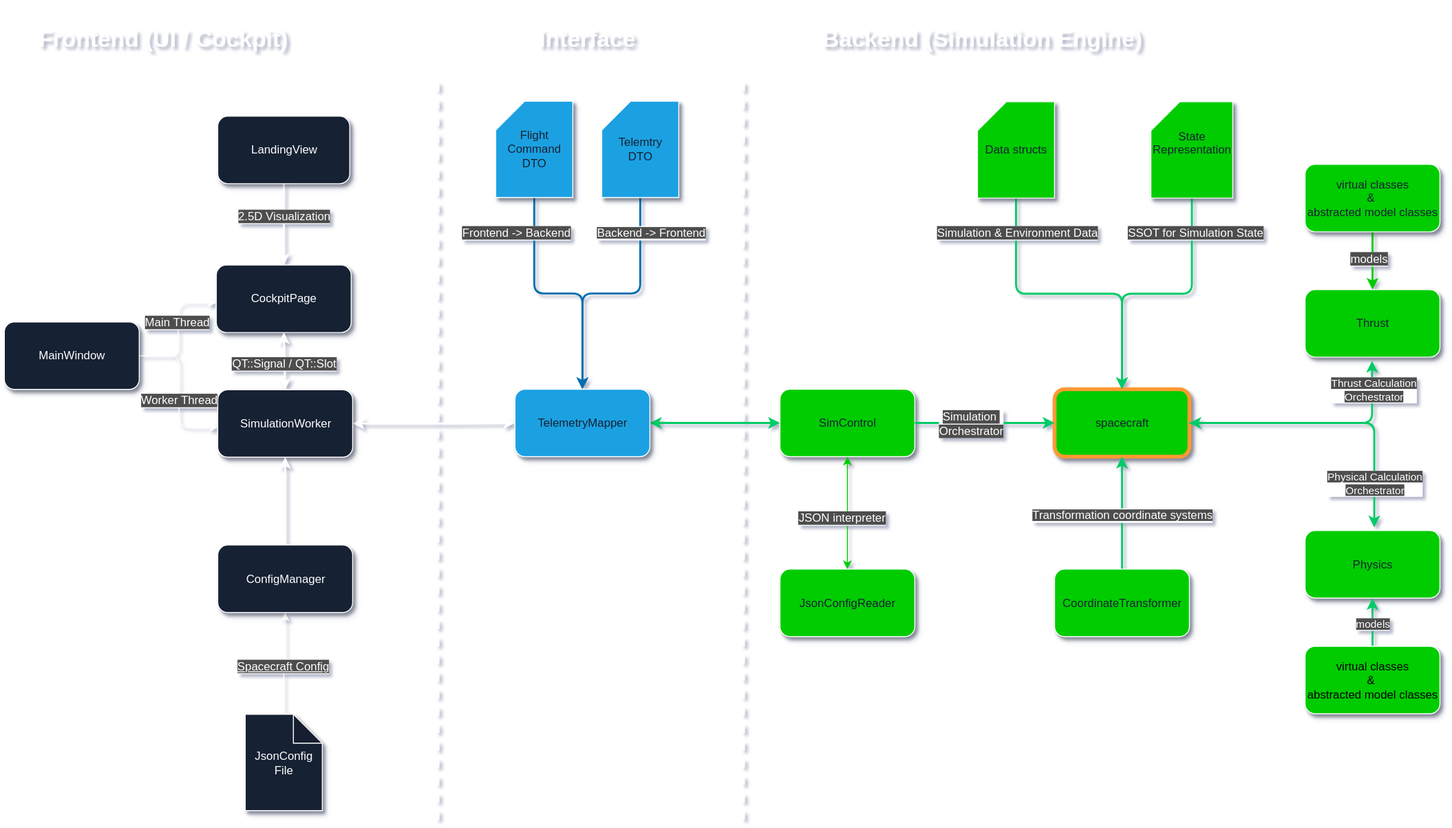
Before: static/img/architecture/OverviewStructureNEW.drawio.svg, a diagram exported from draw.io (gerd-lrt-dev/aerospace-simulation). Source tidied: cells renumbered, new cells last; positions are measured from the earlier drawing's top-left corner, leaving out a move shared by most shapes.
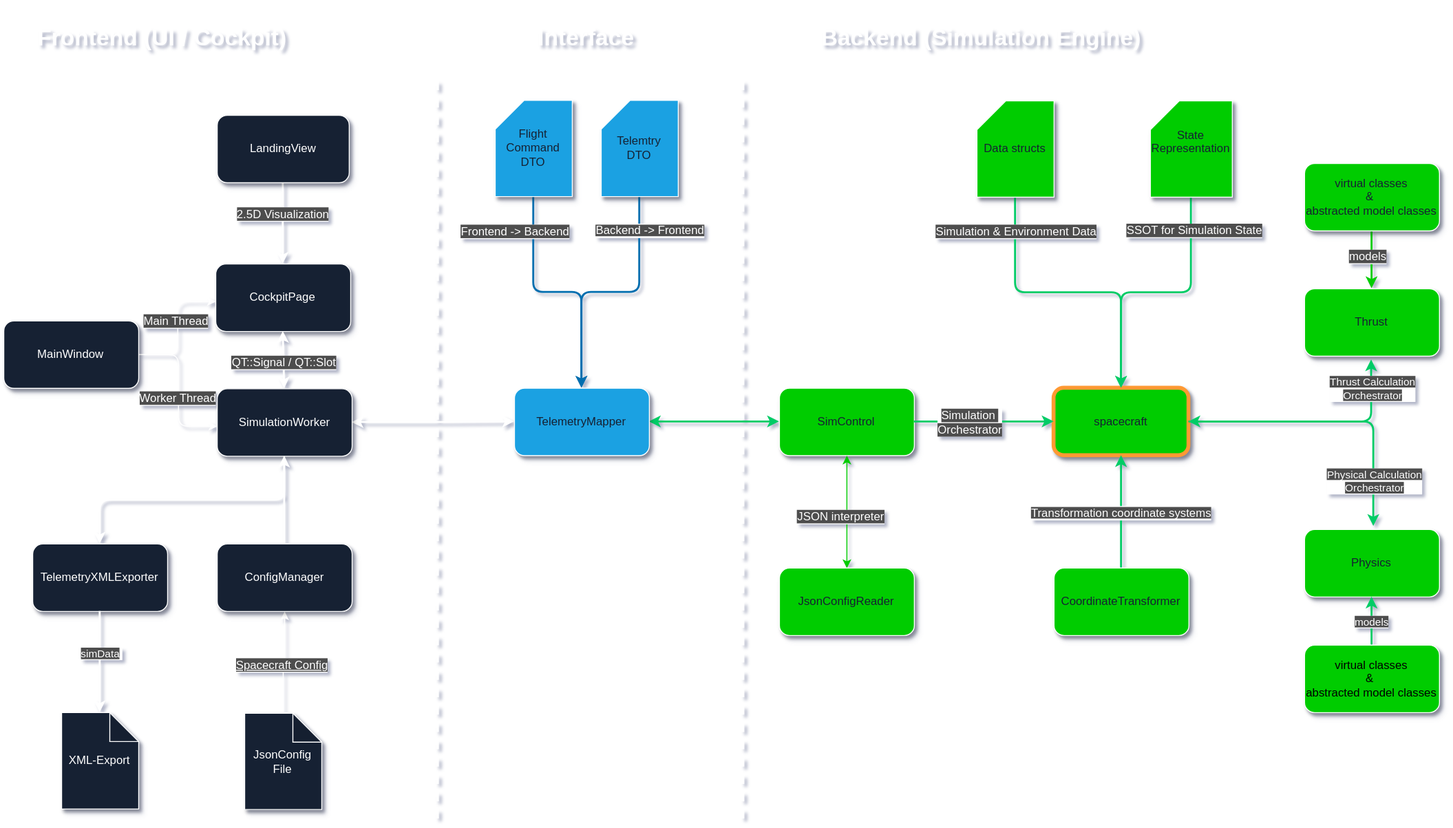
The same file after the commit.

Commit message:
Add adapted overview and frontend architecture svg

Diff of the diagram source:
```diff
@@ -5,6 +5,9 @@
     <mxCell id="2" style="edgeStyle=orthogonalEdgeStyle;rounded=1;jettySize=auto;html=1;exitX=1;exitY=0.5;exitDx=0;exitDy=0;entryX=0;entryY=0.5;entryDx=0;entryDy=0;strokeColor=#FFFFFF;strokeWidth=2;align=center;verticalAlign=middle;fontFamily=Helvetica;fontSize=11;fontColor=default;labelBackgroundColor=default;endArrow=classic;curved=0;startArrow=classic;startFill=1;" parent="1" edge="1" source="3" target="55">
       <mxGeometry relative="1" as="geometry" />
     </mxCell>
+    <mxCell id="65" style="edgeStyle=orthogonalEdgeStyle;rounded=1;jettySize=auto;html=1;exitX=0.5;exitY=1;exitDx=0;exitDy=0;entryX=0.5;entryY=0;entryDx=0;entryDy=0;strokeColor=#FFFFFF;strokeWidth=2;align=center;verticalAlign=middle;fontFamily=Helvetica;fontSize=11;fontColor=default;labelBackgroundColor=default;endArrow=classic;curved=0;" parent="1" edge="1" source="3" target="66">
+      <mxGeometry relative="1" as="geometry" />
+    </mxCell>
     <mxCell id="3" value="&lt;font style=&quot;color: rgb(255, 255, 255);&quot;&gt;SimulationWorker&lt;/font&gt;" style="rounded=1;whiteSpace=wrap;html=1;strokeColor=#FFFFFF;fillColor=#162133;shadow=1;" parent="1" vertex="1">
       <mxGeometry x="221.5" y="403.9" width="140" height="70" as="geometry" />
     </mxCell>
@@ -219,5 +222,17 @@
     <mxCell id="64" value="&lt;h1&gt;&lt;b&gt;&lt;font style=&quot;color: rgb(255, 255, 255);&quot;&gt;Interface&lt;/font&gt;&lt;/b&gt;&lt;/h1&gt;" style="text;html=1;align=center;verticalAlign=middle;whiteSpace=wrap;rounded=0;fillColor=none;" parent="1" vertex="1">
       <mxGeometry x="450" width="310" height="80" as="geometry" />
     </mxCell>
+    <mxCell id="66" value="&lt;font style=&quot;color: rgb(255, 255, 255);&quot;&gt;TelemetryXMLExporter&lt;/font&gt;" style="rounded=1;whiteSpace=wrap;html=1;strokeColor=#FFFFFF;fillColor=#162133;shadow=1;" parent="1" vertex="1">
+      <mxGeometry x="30" y="565" width="140" height="70" as="geometry" />
+    </mxCell>
+    <mxCell id="67" value="&lt;font color=&quot;#ffffff&quot;&gt;XML-Export&lt;/font&gt;" style="shape=note;whiteSpace=wrap;html=1;backgroundOutline=1;darkOpacity=0.05;strokeColor=#FFFFFF;fillColor=#162133;shadow=1;" parent="1" vertex="1">
+      <mxGeometry x="60" y="740" width="80" height="100" as="geometry" />
+    </mxCell>
+    <mxCell id="68" style="edgeStyle=orthogonalEdgeStyle;rounded=1;jettySize=auto;html=1;exitX=0.5;exitY=1;exitDx=0;exitDy=0;entryX=0.5;entryY=0;entryDx=0;entryDy=0;entryPerimeter=0;strokeColor=#FFFFFF;align=center;verticalAlign=middle;fontFamily=Helvetica;fontSize=11;fontColor=default;labelBackgroundColor=default;endArrow=classic;strokeWidth=2;curved=0;" parent="1" edge="1" source="66" target="67">
+      <mxGeometry relative="1" as="geometry" />
+    </mxCell>
+    <mxCell id="69" value="&lt;span style=&quot;background-color: rgb(77, 77, 77); color: rgb(255, 255, 255);&quot;&gt;simData&lt;/span&gt;&amp;nbsp;" style="edgeLabel;html=1;align=center;verticalAlign=middle;" parent="68" vertex="1">
+      <mxGeometry x="-0.17" y="1" relative="1" as="geometry" />
+    </mxCell>
   </root>
 </mxGraphModel>
```
